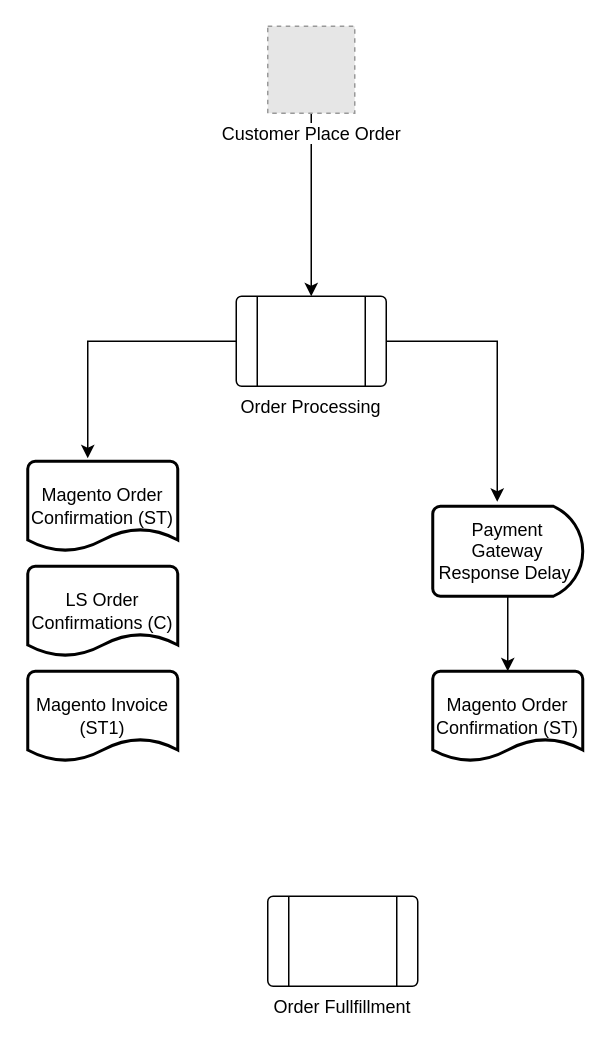
Earlier version of the draw.io diagram EComm-Email.drawio (kasungl/Isetan_Help). Source tidied: cells renumbered, new cells numbered last; positions are measured from the earlier drawing's top-left corner, leaving out a move shared by most shapes. Both pictures are drawn from the tidied source at 150%, with x=0, y=0 at pixel (27, 26). Pictures stored in the file or linked from it are replaced by grey dashed boxes.
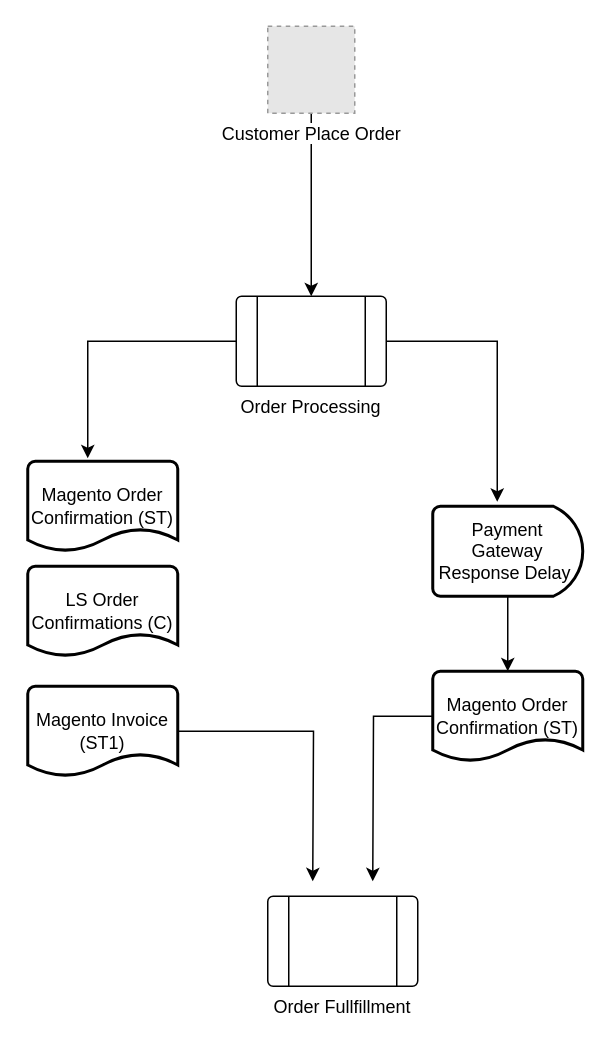
After the change.

Change to the diagram source:
```diff
@@
 <mxGraphModel>
   <root>
     <mxCell id="0" />
     <mxCell id="1" parent="0" />
     <mxCell id="2" style="edgeStyle=orthogonalEdgeStyle;rounded=0;jettySize=auto;html=1;entryX=0.5;entryY=0;entryDx=0;entryDy=0;" parent="1" edge="1" source="3" target="6">
       <mxGeometry relative="1" as="geometry" />
     </mxCell>
     <mxCell id="3" value="Customer Place Order" style="fillColor=#E6E6E6;strokeColor=#999999;dashed=1;html=1;verticalAlign=top;verticalLabelPosition=bottom;labelBackgroundColor=#ffffff;" parent="1" vertex="1">
       <mxGeometry x="160" width="58" height="58" as="geometry" />
     </mxCell>
     <mxCell id="4" value="Payment Gateway Response Delay&amp;nbsp;" style="strokeWidth=2;html=1;shape=mxgraph.flowchart.delay;whiteSpace=wrap;" parent="1" vertex="1">
       <mxGeometry x="270" y="320" width="100" height="60" as="geometry" />
     </mxCell>
     <mxCell id="5" style="edgeStyle=orthogonalEdgeStyle;rounded=0;jettySize=auto;html=1;entryX=0.4;entryY=-0.033;entryDx=0;entryDy=0;entryPerimeter=0;" parent="1" edge="1" source="6" target="9">
       <mxGeometry relative="1" as="geometry" />
     </mxCell>
     <mxCell id="6" value="Order Processing" style="verticalLabelPosition=bottom;verticalAlign=top;html=1;shape=process;whiteSpace=wrap;rounded=1;size=0.14;arcSize=6;" parent="1" vertex="1">
       <mxGeometry x="139" y="180" width="100" height="60" as="geometry" />
     </mxCell>
     <mxCell id="7" style="edgeStyle=orthogonalEdgeStyle;rounded=0;jettySize=auto;html=1;entryX=0.43;entryY=-0.05;entryDx=0;entryDy=0;entryPerimeter=0;" parent="1" edge="1" source="6" target="4">
       <mxGeometry relative="1" as="geometry" />
     </mxCell>
     <mxCell id="8" style="edgeStyle=orthogonalEdgeStyle;rounded=0;jettySize=auto;html=1;entryX=0.5;entryY=0;entryDx=0;entryDy=0;entryPerimeter=0;" parent="1" edge="1" source="4" target="12">
       <mxGeometry relative="1" as="geometry" />
     </mxCell>
     <mxCell id="9" value="Magento Order Confirmation (ST)" style="strokeWidth=2;html=1;shape=mxgraph.flowchart.document2;whiteSpace=wrap;size=0.25;" parent="1" vertex="1">
       <mxGeometry y="290" width="100" height="60" as="geometry" />
     </mxCell>
     <mxCell id="10" value="LS Order Confirmations (C)" style="strokeWidth=2;html=1;shape=mxgraph.flowchart.document2;whiteSpace=wrap;size=0.25;" parent="1" vertex="1">
       <mxGeometry y="360" width="100" height="60" as="geometry" />
     </mxCell>
-    <mxCell id="11" value="Magento Invoice (ST1)" style="strokeWidth=2;html=1;shape=mxgraph.flowchart.document2;whiteSpace=wrap;size=0.25;" parent="1" vertex="1">
-      <mxGeometry y="430" width="100" height="60" as="geometry" />
-    </mxCell>
     <mxCell id="12" value="Magento Order Confirmation (ST)" style="strokeWidth=2;html=1;shape=mxgraph.flowchart.document2;whiteSpace=wrap;size=0.25;" parent="1" vertex="1">
       <mxGeometry x="270" y="430" width="100" height="60" as="geometry" />
     </mxCell>
     <mxCell id="13" value="Order Fullfillment" style="verticalLabelPosition=bottom;verticalAlign=top;html=1;shape=process;whiteSpace=wrap;rounded=1;size=0.14;arcSize=6;" parent="1" vertex="1">
       <mxGeometry x="160" y="580" width="100" height="60" as="geometry" />
     </mxCell>
+    <mxCell id="14" style="edgeStyle=orthogonalEdgeStyle;rounded=0;jettySize=auto;html=1;" parent="1" edge="1" source="11">
+      <mxGeometry relative="1" as="geometry">
+        <mxPoint x="190" y="570" as="targetPoint" />
+      </mxGeometry>
+    </mxCell>
+    <mxCell id="15" style="edgeStyle=orthogonalEdgeStyle;rounded=0;jettySize=auto;html=1;" parent="1" edge="1" source="12">
+      <mxGeometry relative="1" as="geometry">
+        <mxPoint x="230" y="570" as="targetPoint" />
+      </mxGeometry>
+    </mxCell>
+    <mxCell id="11" value="Magento Invoice (ST1)" style="strokeWidth=2;html=1;shape=mxgraph.flowchart.document2;whiteSpace=wrap;size=0.25;" parent="1" vertex="1">
+      <mxGeometry y="440" width="100" height="60" as="geometry" />
+    </mxCell>
   </root>
 </mxGraphModel>
```
